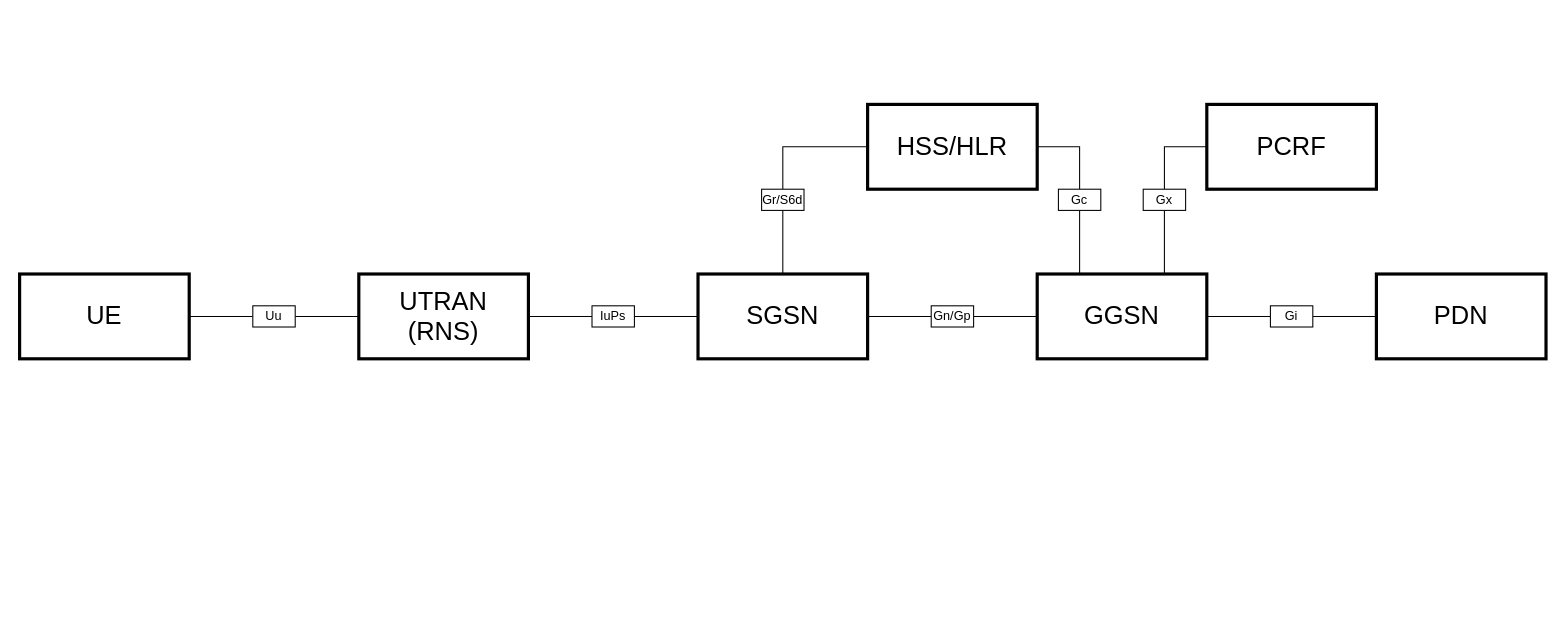
The draw.io diagram page "gprs-architecture" (2 of 4) of drawio/core-network.drawio in amirsarebani81/core-network, before the edit. Source tidied: cells renumbered, new cells numbered last; positions are measured from the earlier drawing's top-left corner, leaving out a move shared by most shapes. Both pictures are drawn from the tidied source at 106%, with x=0, y=0 at pixel (19, 104).
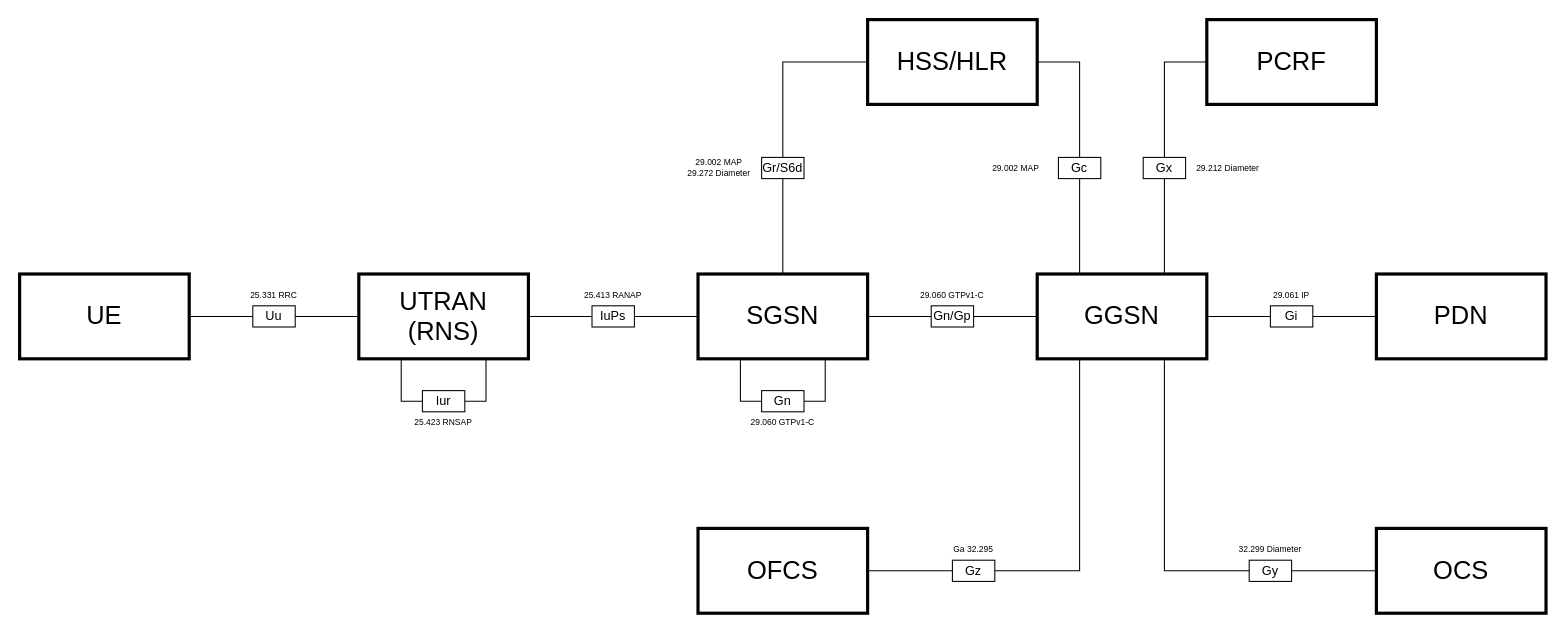
After the change.

Unchanged cells that the change refers to:
```xml
<mxCell id="3" value="UE" style="rounded=0;whiteSpace=wrap;html=1;fontFamily=Helvetica;fontSize=24;strokeWidth=3;convertToSvg=1;svgWhiteSpace=wrap;" parent="1" vertex="1">
  <mxGeometry y="160" width="160" height="80" as="geometry" />
</mxCell>
<mxCell id="5" value="UTRAN&lt;br&gt;(RNS)" style="rounded=0;whiteSpace=wrap;html=1;fontFamily=Helvetica;fontSize=24;strokeWidth=3;convertToSvg=1;svgWhiteSpace=wrap;" parent="1" vertex="1">
  <mxGeometry x="320" y="160" width="160" height="80" as="geometry" />
</mxCell>
<mxCell id="8" value="SGSN" style="rounded=0;whiteSpace=wrap;html=1;fontFamily=Helvetica;fontSize=24;strokeWidth=3;convertToSvg=1;svgWhiteSpace=wrap;" parent="1" vertex="1">
  <mxGeometry x="640" y="160" width="160" height="80" as="geometry" />
</mxCell>
<mxCell id="12" value="GGSN" style="rounded=0;whiteSpace=wrap;html=1;fontFamily=Helvetica;fontSize=24;strokeWidth=3;convertToSvg=1;svgWhiteSpace=wrap;" parent="1" vertex="1">
  <mxGeometry x="960" y="160" width="160" height="80" as="geometry" />
</mxCell>
<mxCell id="13" value="PDN" style="rounded=0;whiteSpace=wrap;html=1;fontFamily=Helvetica;fontSize=24;strokeWidth=3;convertToSvg=1;svgWhiteSpace=wrap;" parent="1" vertex="1">
  <mxGeometry x="1280" y="160" width="160" height="80" as="geometry" />
</mxCell>
```

What changed in the source:
```diff
@@
-    <mxCell id="2" style="edgeStyle=orthogonalEdgeStyle;rounded=0;jettySize=auto;html=1;exitX=1;exitY=0.5;exitDx=0;exitDy=0;entryX=0;entryY=0.5;entryDx=0;entryDy=0;endArrow=none;endFill=0;" parent="1" edge="1" source="3" target="15">
-      <mxGeometry relative="1" as="geometry" />
-    </mxCell>
@@
-    <mxCell id="4" style="edgeStyle=orthogonalEdgeStyle;rounded=0;jettySize=auto;html=1;exitX=1;exitY=0.5;exitDx=0;exitDy=0;entryX=0;entryY=0.5;entryDx=0;entryDy=0;endArrow=none;endFill=0;" parent="1" edge="1" source="5" target="17">
-      <mxGeometry relative="1" as="geometry" />
-    </mxCell>
@@
-    <mxCell id="6" style="edgeStyle=orthogonalEdgeStyle;rounded=0;jettySize=auto;html=1;exitX=1;exitY=0.5;exitDx=0;exitDy=0;entryX=0;entryY=0.5;entryDx=0;entryDy=0;endArrow=none;endFill=0;" parent="1" edge="1" source="8" target="19">
-      <mxGeometry relative="1" as="geometry" />
-    </mxCell>
-    <mxCell id="7" style="edgeStyle=orthogonalEdgeStyle;rounded=0;jettySize=auto;html=1;exitX=0.5;exitY=0;exitDx=0;exitDy=0;entryX=0.5;entryY=1;entryDx=0;entryDy=0;endArrow=none;endFill=0;" parent="1" edge="1" source="8" target="24">
-      <mxGeometry relative="1" as="geometry" />
-    </mxCell>
@@
-    <mxCell id="9" style="edgeStyle=orthogonalEdgeStyle;rounded=0;jettySize=auto;html=1;exitX=1;exitY=0.5;exitDx=0;exitDy=0;entryX=0;entryY=0.5;entryDx=0;entryDy=0;endArrow=none;endFill=0;" parent="1" edge="1" source="12" target="21">
-      <mxGeometry relative="1" as="geometry" />
-    </mxCell>
-    <mxCell id="10" style="edgeStyle=orthogonalEdgeStyle;rounded=0;jettySize=auto;html=1;exitX=0.25;exitY=0;exitDx=0;exitDy=0;entryX=0.5;entryY=1;entryDx=0;entryDy=0;endArrow=none;endFill=0;" parent="1" edge="1" source="12" target="26">
-      <mxGeometry relative="1" as="geometry">
-        <Array as="points">
-          <mxPoint x="1000" y="100" />
-        </Array>
-      </mxGeometry>
-    </mxCell>
-    <mxCell id="11" style="edgeStyle=orthogonalEdgeStyle;rounded=0;jettySize=auto;html=1;exitX=0.75;exitY=0;exitDx=0;exitDy=0;entryX=0.5;entryY=1;entryDx=0;entryDy=0;endArrow=none;endFill=0;" parent="1" edge="1" source="12" target="29">
-      <mxGeometry relative="1" as="geometry" />
-    </mxCell>
@@
+    <mxCell id="22" value="HSS/HLR" style="rounded=0;whiteSpace=wrap;html=1;fontFamily=Helvetica;fontSize=24;strokeWidth=3;convertToSvg=1;svgWhiteSpace=wrap;" parent="1" vertex="1">
+      <mxGeometry x="800" y="-80" width="160" height="80" as="geometry" />
+    </mxCell>
+    <mxCell id="27" value="PCRF" style="rounded=0;whiteSpace=wrap;html=1;fontFamily=Helvetica;fontSize=24;strokeWidth=3;convertToSvg=1;svgWhiteSpace=wrap;" parent="1" vertex="1">
+      <mxGeometry x="1120" y="-80" width="160" height="80" as="geometry" />
+    </mxCell>
+    <mxCell id="30" value="OFCS" style="rounded=0;whiteSpace=wrap;html=1;fontFamily=Helvetica;fontSize=24;strokeWidth=3;convertToSvg=1;svgWhiteSpace=wrap;" parent="1" vertex="1">
+      <mxGeometry x="640" y="400" width="160" height="80" as="geometry" />
+    </mxCell>
+    <mxCell id="31" value="OCS" style="rounded=0;whiteSpace=wrap;html=1;fontFamily=Helvetica;fontSize=24;strokeWidth=3;convertToSvg=1;svgWhiteSpace=wrap;" parent="1" vertex="1">
+      <mxGeometry x="1280" y="400" width="160" height="80" as="geometry" />
+    </mxCell>
+    <mxCell id="15" value="Uu" style="rounded=0;whiteSpace=wrap;html=1;fontSize=12;strokeWidth=1;convertToSvg=1;svgWhiteSpace=wrap;" parent="1" vertex="1">
+      <mxGeometry x="220" y="190" width="40" height="20" as="geometry" />
+    </mxCell>
+    <mxCell id="32" value="25.331 RRC" style="text;html=1;whiteSpace=wrap;strokeColor=none;fillColor=none;align=center;verticalAlign=middle;rounded=0;fontSize=8;convertToSvg=1;svgWhiteSpace=wrap;" parent="1" vertex="1">
+      <mxGeometry x="200" y="170" width="80" height="20" as="geometry" />
+    </mxCell>
+    <mxCell id="2" style="edgeStyle=orthogonalEdgeStyle;rounded=0;jettySize=auto;html=1;exitX=1;exitY=0.5;exitDx=0;exitDy=0;entryX=0;entryY=0.5;entryDx=0;entryDy=0;endArrow=none;endFill=0;convertToSvg=1;" parent="1" edge="1" source="3" target="15">
+      <mxGeometry relative="1" as="geometry" />
+    </mxCell>
-    <mxCell id="14" style="edgeStyle=orthogonalEdgeStyle;rounded=0;jettySize=auto;html=1;exitX=1;exitY=0.5;exitDx=0;exitDy=0;entryX=0;entryY=0.5;entryDx=0;entryDy=0;endArrow=none;endFill=0;" parent="1" edge="1" source="15" target="5">
+    <mxCell id="14" style="edgeStyle=orthogonalEdgeStyle;rounded=0;jettySize=auto;html=1;exitX=1;exitY=0.5;exitDx=0;exitDy=0;entryX=0;entryY=0.5;entryDx=0;entryDy=0;endArrow=none;endFill=0;convertToSvg=1;" parent="1" edge="1" source="15" target="5">
       <mxGeometry relative="1" as="geometry" />
     </mxCell>
-    <mxCell id="15" value="Uu" style="rounded=0;whiteSpace=wrap;html=1;fontSize=12;strokeWidth=1;convertToSvg=1;svgWhiteSpace=wrap;" parent="1" vertex="1">
-      <mxGeometry x="220" y="190" width="40" height="20" as="geometry" />
-    </mxCell>
+    <mxCell id="17" value="IuPs" style="rounded=0;whiteSpace=wrap;html=1;fontSize=12;strokeWidth=1;convertToSvg=1;svgWhiteSpace=wrap;" parent="1" vertex="1">
+      <mxGeometry x="540" y="190" width="40" height="20" as="geometry" />
+    </mxCell>
+    <mxCell id="33" value="25.413 RANAP" style="text;html=1;whiteSpace=wrap;strokeColor=none;fillColor=none;align=center;verticalAlign=middle;rounded=0;fontSize=8;convertToSvg=1;svgWhiteSpace=wrap;" parent="1" vertex="1">
+      <mxGeometry x="520" y="170" width="80" height="20" as="geometry" />
+    </mxCell>
+    <mxCell id="4" style="edgeStyle=orthogonalEdgeStyle;rounded=0;jettySize=auto;html=1;exitX=1;exitY=0.5;exitDx=0;exitDy=0;entryX=0;entryY=0.5;entryDx=0;entryDy=0;endArrow=none;endFill=0;convertToSvg=1;" parent="1" edge="1" source="5" target="17">
+      <mxGeometry relative="1" as="geometry" />
+    </mxCell>
-    <mxCell id="16" style="edgeStyle=orthogonalEdgeStyle;rounded=0;jettySize=auto;html=1;exitX=1;exitY=0.5;exitDx=0;exitDy=0;entryX=0;entryY=0.5;entryDx=0;entryDy=0;endArrow=none;endFill=0;" parent="1" edge="1" source="17" target="8">
+    <mxCell id="16" style="edgeStyle=orthogonalEdgeStyle;rounded=0;jettySize=auto;html=1;exitX=1;exitY=0.5;exitDx=0;exitDy=0;entryX=0;entryY=0.5;entryDx=0;entryDy=0;endArrow=none;endFill=0;convertToSvg=1;" parent="1" edge="1" source="17" target="8">
       <mxGeometry relative="1" as="geometry" />
     </mxCell>
-    <mxCell id="17" value="IuPs" style="rounded=0;whiteSpace=wrap;html=1;fontSize=12;strokeWidth=1;convertToSvg=1;svgWhiteSpace=wrap;" parent="1" vertex="1">
-      <mxGeometry x="540" y="190" width="40" height="20" as="geometry" />
-    </mxCell>
+    <mxCell id="19" value="Gn/Gp" style="rounded=0;whiteSpace=wrap;html=1;fontSize=12;strokeWidth=1;convertToSvg=1;svgWhiteSpace=wrap;" parent="1" vertex="1">
+      <mxGeometry x="860" y="190" width="40" height="20" as="geometry" />
+    </mxCell>
+    <mxCell id="34" value="29.060 GTPv1-C" style="text;html=1;whiteSpace=wrap;strokeColor=none;fillColor=none;align=center;verticalAlign=middle;rounded=0;fontSize=8;convertToSvg=1;svgWhiteSpace=wrap;" parent="1" vertex="1">
+      <mxGeometry x="840" y="170" width="80" height="20" as="geometry" />
+    </mxCell>
+    <mxCell id="6" style="edgeStyle=orthogonalEdgeStyle;rounded=0;jettySize=auto;html=1;exitX=1;exitY=0.5;exitDx=0;exitDy=0;entryX=0;entryY=0.5;entryDx=0;entryDy=0;endArrow=none;endFill=0;convertToSvg=1;" parent="1" edge="1" source="8" target="19">
+      <mxGeometry relative="1" as="geometry" />
+    </mxCell>
-    <mxCell id="18" style="edgeStyle=orthogonalEdgeStyle;rounded=0;jettySize=auto;html=1;exitX=1;exitY=0.5;exitDx=0;exitDy=0;entryX=0;entryY=0.5;entryDx=0;entryDy=0;endArrow=none;endFill=0;" parent="1" edge="1" source="19" target="12">
+    <mxCell id="18" style="edgeStyle=orthogonalEdgeStyle;rounded=0;jettySize=auto;html=1;exitX=1;exitY=0.5;exitDx=0;exitDy=0;entryX=0;entryY=0.5;entryDx=0;entryDy=0;endArrow=none;endFill=0;convertToSvg=1;" parent="1" edge="1" source="19" target="12">
       <mxGeometry relative="1" as="geometry" />
     </mxCell>
-    <mxCell id="19" value="Gn/Gp" style="rounded=0;whiteSpace=wrap;html=1;fontSize=12;strokeWidth=1;convertToSvg=1;svgWhiteSpace=wrap;" parent="1" vertex="1">
-      <mxGeometry x="860" y="190" width="40" height="20" as="geometry" />
-    </mxCell>
+    <mxCell id="21" value="Gi" style="rounded=0;whiteSpace=wrap;html=1;fontSize=12;strokeWidth=1;convertToSvg=1;svgWhiteSpace=wrap;" parent="1" vertex="1">
+      <mxGeometry x="1180" y="190" width="40" height="20" as="geometry" />
+    </mxCell>
+    <mxCell id="35" value="29.061 IP" style="text;html=1;whiteSpace=wrap;strokeColor=none;fillColor=none;align=center;verticalAlign=middle;rounded=0;fontSize=8;convertToSvg=1;svgWhiteSpace=wrap;" parent="1" vertex="1">
+      <mxGeometry x="1160" y="170" width="80" height="20" as="geometry" />
+    </mxCell>
+    <mxCell id="9" style="edgeStyle=orthogonalEdgeStyle;rounded=0;jettySize=auto;html=1;exitX=1;exitY=0.5;exitDx=0;exitDy=0;entryX=0;entryY=0.5;entryDx=0;entryDy=0;endArrow=none;endFill=0;convertToSvg=1;" parent="1" edge="1" source="12" target="21">
+      <mxGeometry relative="1" as="geometry" />
+    </mxCell>
-    <mxCell id="20" style="edgeStyle=orthogonalEdgeStyle;rounded=0;jettySize=auto;html=1;exitX=1;exitY=0.5;exitDx=0;exitDy=0;entryX=0;entryY=0.5;entryDx=0;entryDy=0;endArrow=none;endFill=0;" parent="1" edge="1" source="21" target="13">
+    <mxCell id="20" style="edgeStyle=orthogonalEdgeStyle;rounded=0;jettySize=auto;html=1;exitX=1;exitY=0.5;exitDx=0;exitDy=0;entryX=0;entryY=0.5;entryDx=0;entryDy=0;endArrow=none;endFill=0;convertToSvg=1;" parent="1" edge="1" source="21" target="13">
       <mxGeometry relative="1" as="geometry" />
     </mxCell>
-    <mxCell id="21" value="Gi" style="rounded=0;whiteSpace=wrap;html=1;fontSize=12;strokeWidth=1;convertToSvg=1;svgWhiteSpace=wrap;" parent="1" vertex="1">
-      <mxGeometry x="1180" y="190" width="40" height="20" as="geometry" />
-    </mxCell>
-    <mxCell id="22" value="HSS/HLR" style="rounded=0;whiteSpace=wrap;html=1;fontFamily=Helvetica;fontSize=24;strokeWidth=3;convertToSvg=1;svgWhiteSpace=wrap;" parent="1" vertex="1">
-      <mxGeometry x="800" width="160" height="80" as="geometry" />
-    </mxCell>
+    <mxCell id="36" value="Iur" style="rounded=0;whiteSpace=wrap;html=1;fontSize=12;strokeWidth=1;convertToSvg=1;svgWhiteSpace=wrap;" parent="1" vertex="1">
+      <mxGeometry x="380" y="270" width="40" height="20" as="geometry" />
+    </mxCell>
+    <mxCell id="37" value="25.423 RNSAP" style="text;html=1;whiteSpace=wrap;strokeColor=none;fillColor=none;align=center;verticalAlign=middle;rounded=0;fontSize=8;convertToSvg=1;svgWhiteSpace=wrap;" parent="1" vertex="1">
+      <mxGeometry x="360" y="290" width="80" height="20" as="geometry" />
+    </mxCell>
+    <mxCell id="38" style="edgeStyle=orthogonalEdgeStyle;rounded=0;jettySize=auto;html=1;exitX=0.25;exitY=1;exitDx=0;exitDy=0;exitPerimeter=0;entryX=0;entryY=0.5;entryDx=0;entryDy=0;endArrow=none;endFill=0;convertToSvg=1;" parent="1" edge="1" source="5" target="36">
+      <mxGeometry relative="1" as="geometry">
+        <Array as="points">
+          <mxPoint x="360" y="280" />
+        </Array>
+      </mxGeometry>
+    </mxCell>
+    <mxCell id="39" style="edgeStyle=orthogonalEdgeStyle;rounded=0;jettySize=auto;html=1;exitX=1;exitY=0.5;exitDx=0;exitDy=0;entryX=0.75;entryY=1;entryDx=0;entryDy=0;entryPerimeter=0;endArrow=none;endFill=0;convertToSvg=1;" parent="1" edge="1" source="36" target="5">
+      <mxGeometry relative="1" as="geometry">
+        <Array as="points">
+          <mxPoint x="440" y="280" />
+        </Array>
+      </mxGeometry>
+    </mxCell>
+    <mxCell id="40" value="Gn" style="rounded=0;whiteSpace=wrap;html=1;fontSize=12;strokeWidth=1;convertToSvg=1;svgWhiteSpace=wrap;" parent="1" vertex="1">
+      <mxGeometry x="700" y="270" width="40" height="20" as="geometry" />
+    </mxCell>
+    <mxCell id="41" value="29.060 GTPv1-C" style="text;html=1;whiteSpace=wrap;strokeColor=none;fillColor=none;align=center;verticalAlign=middle;rounded=0;fontSize=8;convertToSvg=1;svgWhiteSpace=wrap;" parent="1" vertex="1">
+      <mxGeometry x="680" y="290" width="80" height="20" as="geometry" />
+    </mxCell>
+    <mxCell id="42" style="edgeStyle=orthogonalEdgeStyle;rounded=0;jettySize=auto;html=1;exitX=0.25;exitY=1;exitDx=0;exitDy=0;exitPerimeter=0;entryX=0;entryY=0.5;entryDx=0;entryDy=0;endArrow=none;endFill=0;convertToSvg=1;" parent="1" edge="1" source="8" target="40">
+      <mxGeometry relative="1" as="geometry">
+        <Array as="points">
+          <mxPoint x="680" y="280" />
+        </Array>
+      </mxGeometry>
+    </mxCell>
+    <mxCell id="43" style="edgeStyle=orthogonalEdgeStyle;rounded=0;jettySize=auto;html=1;exitX=1;exitY=0.5;exitDx=0;exitDy=0;entryX=0.75;entryY=1;entryDx=0;entryDy=0;entryPerimeter=0;endArrow=none;endFill=0;convertToSvg=1;" parent="1" edge="1" source="40" target="8">
+      <mxGeometry relative="1" as="geometry">
+        <Array as="points">
+          <mxPoint x="760" y="280" />
+        </Array>
+      </mxGeometry>
+    </mxCell>
+    <mxCell id="24" value="Gr/S6d" style="rounded=0;whiteSpace=wrap;html=1;fontSize=12;strokeWidth=1;convertToSvg=1;svgWhiteSpace=wrap;" parent="1" vertex="1">
+      <mxGeometry x="700" y="50" width="40" height="20" as="geometry" />
+    </mxCell>
+    <mxCell id="44" value="29.002 MAP&lt;br&gt;29.272 Diameter" style="text;html=1;whiteSpace=wrap;strokeColor=none;fillColor=none;align=center;verticalAlign=middle;rounded=0;fontSize=8;convertToSvg=1;svgWhiteSpace=wrap;" parent="1" vertex="1">
+      <mxGeometry x="620" y="50" width="80" height="20" as="geometry" />
+    </mxCell>
+    <mxCell id="7" style="edgeStyle=orthogonalEdgeStyle;rounded=0;jettySize=auto;html=1;exitX=0.5;exitY=0;exitDx=0;exitDy=0;entryX=0.5;entryY=1;entryDx=0;entryDy=0;endArrow=none;endFill=0;convertToSvg=1;" parent="1" edge="1" source="8" target="24">
+      <mxGeometry relative="1" as="geometry" />
+    </mxCell>
-    <mxCell id="23" style="edgeStyle=orthogonalEdgeStyle;rounded=0;jettySize=auto;html=1;exitX=0.5;exitY=0;exitDx=0;exitDy=0;entryX=0;entryY=0.5;entryDx=0;entryDy=0;endArrow=none;endFill=0;" parent="1" edge="1" source="24" target="22">
-      <mxGeometry relative="1" as="geometry" />
+    <mxCell id="23" style="edgeStyle=orthogonalEdgeStyle;rounded=0;jettySize=auto;html=1;exitX=0.5;exitY=0;exitDx=0;exitDy=0;entryX=0;entryY=0.5;entryDx=0;entryDy=0;endArrow=none;endFill=0;convertToSvg=1;" parent="1" edge="1" source="24" target="22">
+      <mxGeometry relative="1" as="geometry">
+        <Array as="points">
+          <mxPoint x="720" y="-40" />
+        </Array>
+      </mxGeometry>
     </mxCell>
-    <mxCell id="24" value="Gr/S6d" style="rounded=0;whiteSpace=wrap;html=1;fontSize=12;strokeWidth=1;convertToSvg=1;svgWhiteSpace=wrap;" parent="1" vertex="1">
-      <mxGeometry x="700" y="80" width="40" height="20" as="geometry" />
-    </mxCell>
+    <mxCell id="26" value="Gc" style="rounded=0;whiteSpace=wrap;html=1;fontSize=12;strokeWidth=1;convertToSvg=1;svgWhiteSpace=wrap;" parent="1" vertex="1">
+      <mxGeometry x="980" y="50" width="40" height="20" as="geometry" />
+    </mxCell>
+    <mxCell id="45" value="29.002 MAP" style="text;html=1;whiteSpace=wrap;strokeColor=none;fillColor=none;align=center;verticalAlign=middle;rounded=0;fontSize=8;convertToSvg=1;svgWhiteSpace=wrap;" parent="1" vertex="1">
+      <mxGeometry x="900" y="50" width="80" height="20" as="geometry" />
+    </mxCell>
+    <mxCell id="10" style="edgeStyle=orthogonalEdgeStyle;rounded=0;jettySize=auto;html=1;exitX=0.25;exitY=0;exitDx=0;exitDy=0;exitPerimeter=0;entryX=0.5;entryY=1;entryDx=0;entryDy=0;endArrow=none;endFill=0;convertToSvg=1;" parent="1" edge="1" source="12" target="26">
+      <mxGeometry relative="1" as="geometry" />
+    </mxCell>
-    <mxCell id="25" style="edgeStyle=orthogonalEdgeStyle;rounded=0;jettySize=auto;html=1;exitX=0.5;exitY=0;exitDx=0;exitDy=0;entryX=1;entryY=0.5;entryDx=0;entryDy=0;endArrow=none;endFill=0;" parent="1" edge="1" source="26" target="22">
+    <mxCell id="25" style="edgeStyle=orthogonalEdgeStyle;rounded=0;jettySize=auto;html=1;exitX=0.5;exitY=0;exitDx=0;exitDy=0;entryX=1;entryY=0.5;entryDx=0;entryDy=0;endArrow=none;endFill=0;convertToSvg=1;" parent="1" edge="1" source="26" target="22">
       <mxGeometry relative="1" as="geometry">
         <Array as="points">
-          <mxPoint x="1000" y="40" />
+          <mxPoint x="1000" y="-40" />
         </Array>
       </mxGeometry>
     </mxCell>
-    <mxCell id="26" value="Gc" style="rounded=0;whiteSpace=wrap;html=1;fontSize=12;strokeWidth=1;convertToSvg=1;svgWhiteSpace=wrap;" parent="1" vertex="1">
-      <mxGeometry x="980" y="80" width="40" height="20" as="geometry" />
-    </mxCell>
-    <mxCell id="27" value="PCRF" style="rounded=0;whiteSpace=wrap;html=1;fontFamily=Helvetica;fontSize=24;strokeWidth=3;convertToSvg=1;svgWhiteSpace=wrap;" parent="1" vertex="1">
-      <mxGeometry x="1120" width="160" height="80" as="geometry" />
-    </mxCell>
+    <mxCell id="29" value="Gx" style="rounded=0;whiteSpace=wrap;html=1;fontSize=12;strokeWidth=1;convertToSvg=1;svgWhiteSpace=wrap;" parent="1" vertex="1">
+      <mxGeometry x="1060" y="50" width="40" height="20" as="geometry" />
+    </mxCell>
+    <mxCell id="46" value="29.212 Diameter" style="text;html=1;whiteSpace=wrap;strokeColor=none;fillColor=none;align=center;verticalAlign=middle;rounded=0;fontSize=8;convertToSvg=1;svgWhiteSpace=wrap;" parent="1" vertex="1">
+      <mxGeometry x="1100" y="50" width="80" height="20" as="geometry" />
+    </mxCell>
+    <mxCell id="11" style="edgeStyle=orthogonalEdgeStyle;rounded=0;jettySize=auto;html=1;exitX=0.75;exitY=0;exitDx=0;exitDy=0;exitPerimeter=0;entryX=0.5;entryY=1;entryDx=0;entryDy=0;endArrow=none;endFill=0;convertToSvg=1;" parent="1" edge="1" source="12" target="29">
+      <mxGeometry relative="1" as="geometry" />
+    </mxCell>
-    <mxCell id="28" style="edgeStyle=orthogonalEdgeStyle;rounded=0;jettySize=auto;html=1;exitX=0.5;exitY=0;exitDx=0;exitDy=0;entryX=0;entryY=0.5;entryDx=0;entryDy=0;endArrow=none;endFill=0;" parent="1" edge="1" source="29" target="27">
-      <mxGeometry relative="1" as="geometry" />
+    <mxCell id="28" style="edgeStyle=orthogonalEdgeStyle;rounded=0;jettySize=auto;html=1;exitX=0.5;exitY=0;exitDx=0;exitDy=0;entryX=0;entryY=0.5;entryDx=0;entryDy=0;endArrow=none;endFill=0;convertToSvg=1;" parent="1" edge="1" source="29" target="27">
+      <mxGeometry relative="1" as="geometry">
+        <Array as="points">
+          <mxPoint x="1080" y="-40" />
+        </Array>
+      </mxGeometry>
     </mxCell>
-    <mxCell id="29" value="Gx" style="rounded=0;whiteSpace=wrap;html=1;fontSize=12;strokeWidth=1;convertToSvg=1;svgWhiteSpace=wrap;" parent="1" vertex="1">
-      <mxGeometry x="1060" y="80" width="40" height="20" as="geometry" />
-    </mxCell>
+    <mxCell id="47" value="Gz" style="rounded=0;whiteSpace=wrap;html=1;fontSize=12;strokeWidth=1;convertToSvg=1;svgWhiteSpace=wrap;" parent="1" vertex="1">
+      <mxGeometry x="880" y="430" width="40" height="20" as="geometry" />
+    </mxCell>
+    <mxCell id="48" value="Ga 32.295" style="text;html=1;whiteSpace=wrap;strokeColor=none;fillColor=none;align=center;verticalAlign=middle;rounded=0;fontSize=8;convertToSvg=1;svgWhiteSpace=wrap;" parent="1" vertex="1">
+      <mxGeometry x="840" y="410" width="120" height="20" as="geometry" />
+    </mxCell>
+    <mxCell id="49" style="edgeStyle=orthogonalEdgeStyle;rounded=0;jettySize=auto;html=1;exitX=0.25;exitY=1;exitDx=0;exitDy=0;exitPerimeter=0;entryX=1;entryY=0.5;entryDx=0;entryDy=0;endArrow=none;endFill=0;convertToSvg=1;" parent="1" edge="1" source="12" target="47">
+      <mxGeometry relative="1" as="geometry">
+        <Array as="points">
+          <mxPoint x="1000" y="440" />
+        </Array>
+      </mxGeometry>
+    </mxCell>
+    <mxCell id="50" style="edgeStyle=orthogonalEdgeStyle;rounded=0;jettySize=auto;html=1;exitX=0;exitY=0.5;exitDx=0;exitDy=0;entryX=1;entryY=0.5;entryDx=0;entryDy=0;endArrow=none;endFill=0;convertToSvg=1;" parent="1" edge="1" source="47" target="30">
+      <mxGeometry relative="1" as="geometry" />
+    </mxCell>
+    <mxCell id="51" value="Gy" style="rounded=0;whiteSpace=wrap;html=1;fontSize=12;strokeWidth=1;convertToSvg=1;svgWhiteSpace=wrap;" parent="1" vertex="1">
+      <mxGeometry x="1160" y="430" width="40" height="20" as="geometry" />
+    </mxCell>
+    <mxCell id="52" value="32.299 Diameter" style="text;html=1;whiteSpace=wrap;strokeColor=none;fillColor=none;align=center;verticalAlign=middle;rounded=0;fontSize=8;convertToSvg=1;svgWhiteSpace=wrap;" parent="1" vertex="1">
+      <mxGeometry x="1140" y="410" width="80" height="20" as="geometry" />
+    </mxCell>
+    <mxCell id="53" style="edgeStyle=orthogonalEdgeStyle;rounded=0;jettySize=auto;html=1;exitX=0.75;exitY=1;exitDx=0;exitDy=0;exitPerimeter=0;entryX=0;entryY=0.5;entryDx=0;entryDy=0;endArrow=none;endFill=0;convertToSvg=1;" parent="1" edge="1" source="12" target="51">
+      <mxGeometry relative="1" as="geometry">
+        <Array as="points">
+          <mxPoint x="1080" y="440" />
+        </Array>
+      </mxGeometry>
+    </mxCell>
+    <mxCell id="54" style="edgeStyle=orthogonalEdgeStyle;rounded=0;jettySize=auto;html=1;exitX=1;exitY=0.5;exitDx=0;exitDy=0;entryX=0;entryY=0.5;entryDx=0;entryDy=0;endArrow=none;endFill=0;convertToSvg=1;" parent="1" edge="1" source="51" target="31">
+      <mxGeometry relative="1" as="geometry" />
+    </mxCell>
```
